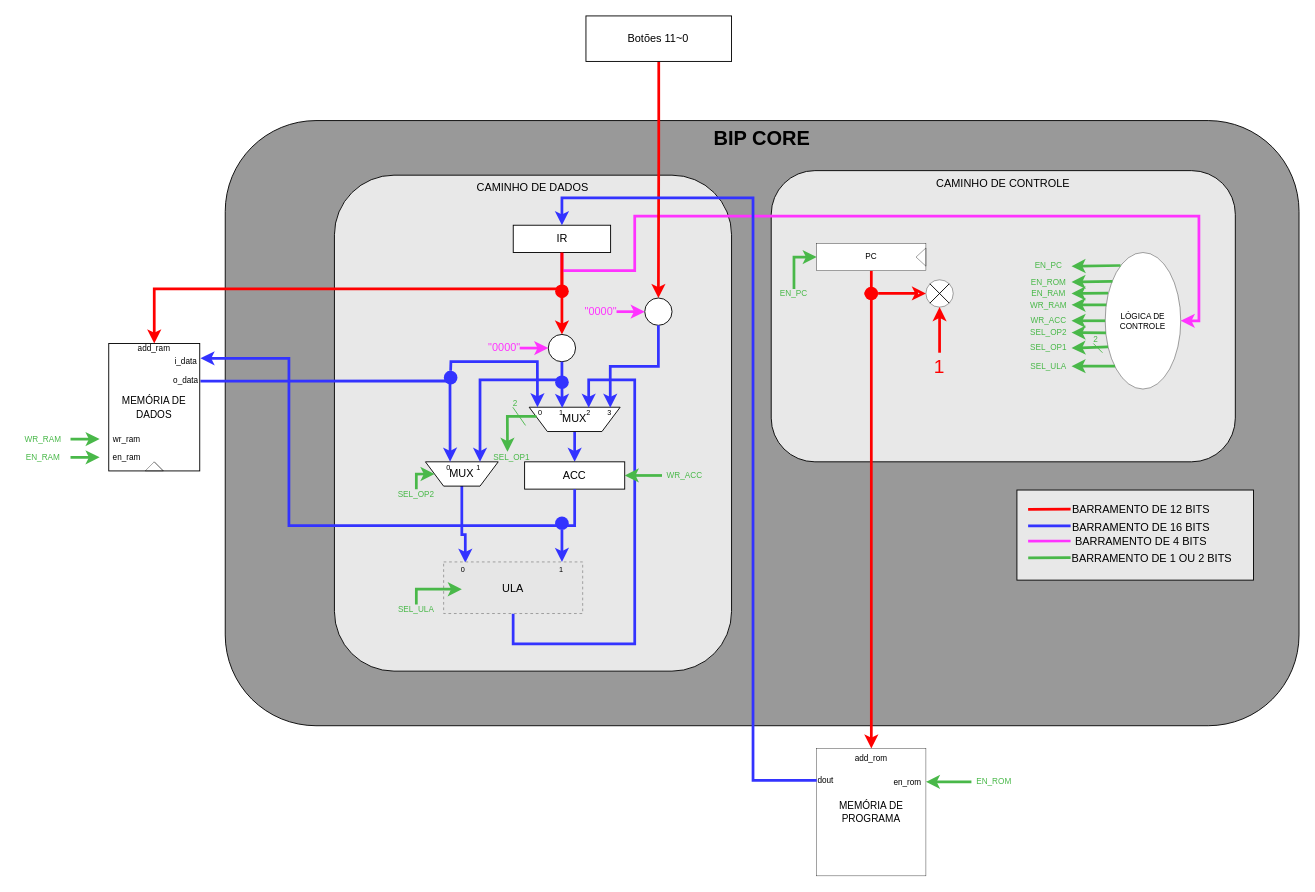
Earlier version of the draw.io diagram BIP/Diagrama_do_Sistema.drawio (TarefasUFSC/Linguagem_E_Descricao_De_Hardware). Source tidied: cells renumbered, new cells numbered last; positions are measured from the earlier drawing's top-left corner, leaving out a move shared by most shapes. Both pictures are drawn from the tidied source at 91%, with x=0, y=0 at pixel (15, 15). Pictures stored in the file or linked from it are replaced by grey dashed boxes.
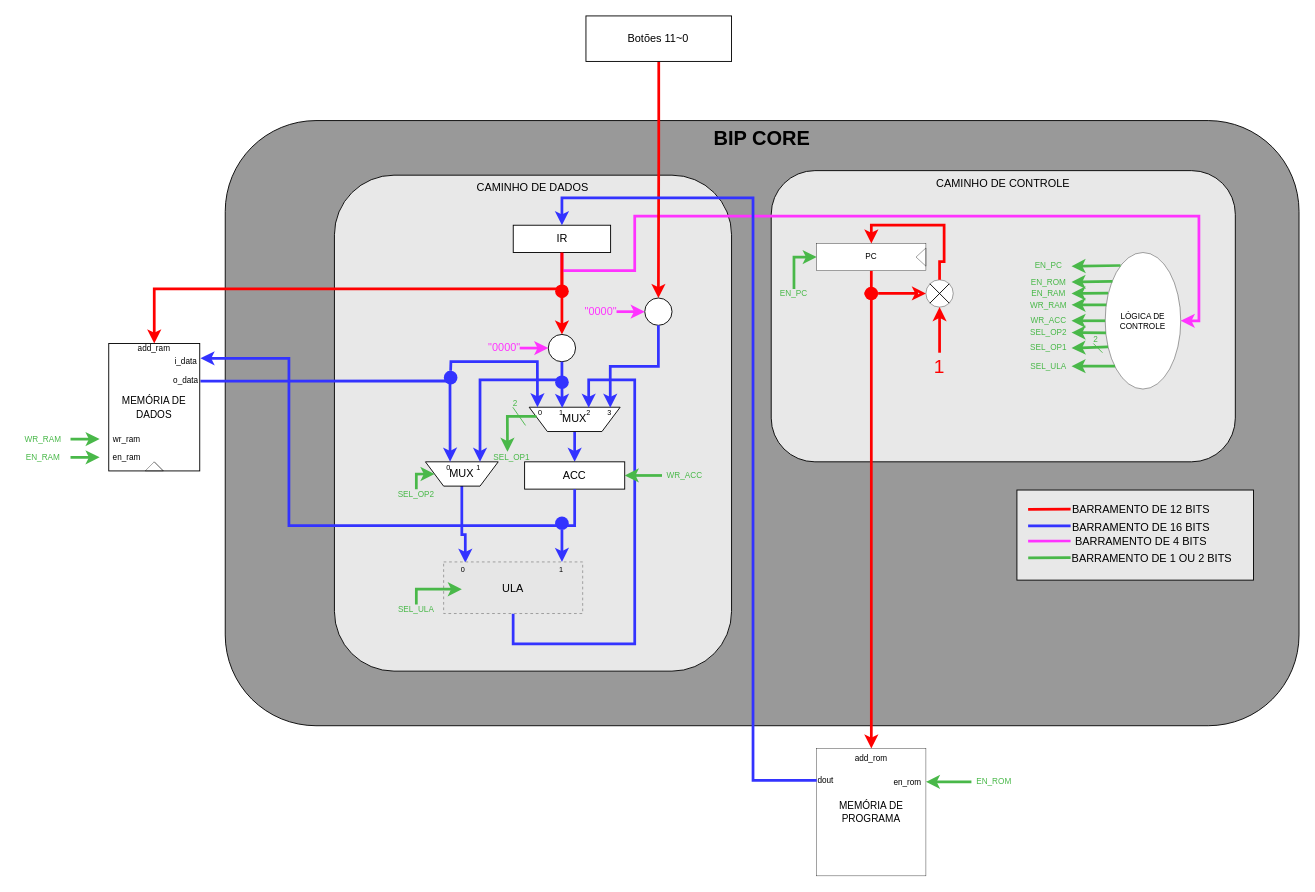
The same diagram, later.

Unchanged cells that the change refers to:
```xml
<mxCell id="35" style="ellipse;whiteSpace=wrap;html=1;fontSize=9;fontColor=#000000;strokeColor=default;strokeWidth=0.4;" parent="34" vertex="1">
  <mxGeometry width="30" height="30" as="geometry" />
</mxCell>
<mxCell id="56" value="PC" style="rounded=0;whiteSpace=wrap;html=1;fontSize=9;fontColor=#000000;strokeColor=default;strokeWidth=0.4;" parent="55" vertex="1">
  <mxGeometry width="120" height="30" as="geometry" />
</mxCell>
```

Diff of the diagram source:
```diff
@@
+    <mxCell id="134" style="edgeStyle=orthogonalEdgeStyle;rounded=0;jettySize=auto;html=1;exitX=0.5;exitY=0;exitDx=0;exitDy=0;entryX=0.5;entryY=0;entryDx=0;entryDy=0;strokeWidth=3;strokeColor=#FF0000;" parent="1" edge="1" source="35" target="56">
+      <mxGeometry relative="1" as="geometry" />
+    </mxCell>
```
